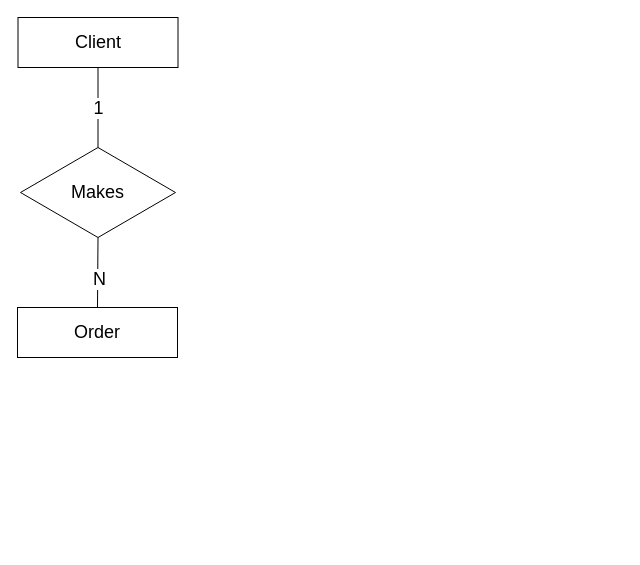
Erw1n-git/drawio_flowcharts keeps this draw.io diagram as DMS_Lab_1/lab_1_1.drawio. Above is the earlier version. Source tidied: cells renumbered, new cells numbered last; positions are measured from the earlier drawing's top-left corner, leaving out a move shared by most shapes. Both pictures are drawn from the tidied source at 100%, with x=0, y=0 at pixel (17, 17).
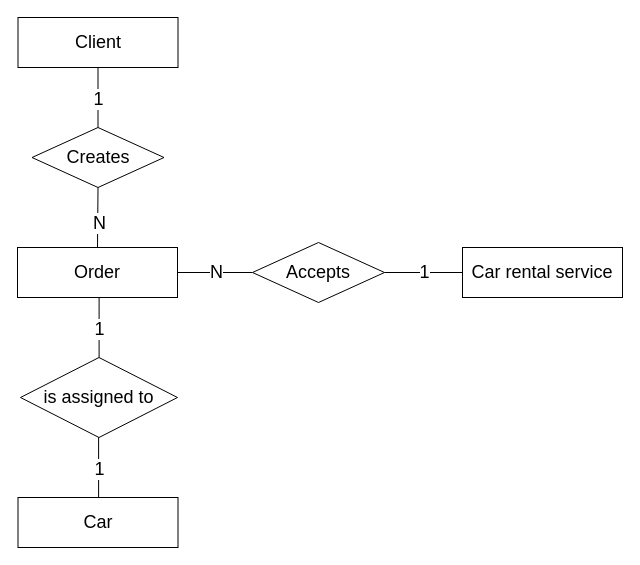
Above is the later version.

Change to the diagram source:
```diff
@@
-    <mxCell id="3" value="&lt;font style=&quot;font-size: 18px;&quot;&gt;Makes&lt;/font&gt;" style="rhombus;whiteSpace=wrap;html=1;" parent="1" vertex="1">
-      <mxGeometry x="3" y="130" width="155" height="90" as="geometry" />
+    <mxCell id="3" value="&lt;font style=&quot;font-size: 18px;&quot;&gt;Creates&lt;/font&gt;" style="rhombus;whiteSpace=wrap;html=1;" parent="1" vertex="1">
+      <mxGeometry x="14.5" y="110" width="132" height="60" as="geometry" />
     </mxCell>
     <mxCell id="4" value="&lt;div style=&quot;font-size: 18px;&quot;&gt;Order&lt;/div&gt;" style="rounded=0;whiteSpace=wrap;html=1;" parent="1" vertex="1">
-      <mxGeometry y="290" width="160" height="50" as="geometry" />
+      <mxGeometry y="230" width="160" height="50" as="geometry" />
     </mxCell>
@@
+    <mxCell id="9" style="edgeStyle=orthogonalEdgeStyle;rounded=0;jettySize=auto;html=1;entryX=1;entryY=0.5;entryDx=0;entryDy=0;endArrow=none;endFill=0;" parent="1" edge="1" source="11" target="20">
+      <mxGeometry relative="1" as="geometry" />
+    </mxCell>
+    <mxCell id="10" value="&lt;font style=&quot;font-size: 18px;&quot;&gt;1&lt;/font&gt;" style="edgeLabel;html=1;align=center;verticalAlign=middle;" parent="9" vertex="1">
+      <mxGeometry x="0.01" y="-1" relative="1" as="geometry" />
+    </mxCell>
+    <mxCell id="11" value="&lt;font style=&quot;font-size: 18px;&quot;&gt;Car rental service&lt;/font&gt;" style="rounded=0;whiteSpace=wrap;html=1;" parent="1" vertex="1">
+      <mxGeometry x="445" y="230" width="160" height="50" as="geometry" />
+    </mxCell>
+    <mxCell id="12" value="&lt;div&gt;&lt;font style=&quot;font-size: 18px;&quot;&gt;is assigned to&lt;/font&gt;&lt;/div&gt;" style="rhombus;whiteSpace=wrap;html=1;" parent="1" vertex="1">
+      <mxGeometry x="3" y="340" width="157" height="80" as="geometry" />
+    </mxCell>
+    <mxCell id="13" value="&lt;font style=&quot;font-size: 18px;&quot;&gt;Car&lt;/font&gt;" style="rounded=0;whiteSpace=wrap;html=1;" parent="1" vertex="1">
+      <mxGeometry x="0.5" y="480" width="160" height="50" as="geometry" />
+    </mxCell>
+    <mxCell id="14" style="endArrow=none;html=1;rounded=0;entryX=0.5;entryY=1;entryDx=0;entryDy=0;" parent="1" edge="1">
+      <mxGeometry relative="1" as="geometry">
+        <mxPoint x="81.6" y="340" as="sourcePoint" />
+        <mxPoint x="81.6" y="280" as="targetPoint" />
+      </mxGeometry>
+    </mxCell>
+    <mxCell id="15" value="&lt;font style=&quot;font-size: 18px;&quot;&gt;1&lt;/font&gt;" style="edgeLabel;html=1;align=center;verticalAlign=middle;" parent="14" vertex="1">
+      <mxGeometry x="0.15" y="1" relative="1" as="geometry">
+        <mxPoint x="1" y="6" as="offset" />
+      </mxGeometry>
+    </mxCell>
+    <mxCell id="16" style="endArrow=none;html=1;rounded=0;entryX=0.5;entryY=1;entryDx=0;entryDy=0;" parent="1" edge="1">
+      <mxGeometry relative="1" as="geometry">
+        <mxPoint x="81.1" y="480" as="sourcePoint" />
+        <mxPoint x="81.1" y="420" as="targetPoint" />
+      </mxGeometry>
+    </mxCell>
+    <mxCell id="17" value="&lt;font style=&quot;font-size: 18px;&quot;&gt;1&lt;/font&gt;" style="edgeLabel;html=1;align=center;verticalAlign=middle;" parent="16" vertex="1">
+      <mxGeometry x="0.15" y="1" relative="1" as="geometry">
+        <mxPoint x="1" y="6" as="offset" />
+      </mxGeometry>
+    </mxCell>
+    <mxCell id="18" style="edgeStyle=orthogonalEdgeStyle;rounded=0;jettySize=auto;html=1;entryX=1;entryY=0.5;entryDx=0;entryDy=0;endArrow=none;endFill=0;" parent="1" edge="1" source="20" target="4">
+      <mxGeometry relative="1" as="geometry" />
+    </mxCell>
+    <mxCell id="19" value="&lt;font style=&quot;font-size: 18px;&quot;&gt;N&lt;/font&gt;" style="edgeLabel;html=1;align=center;verticalAlign=middle;" parent="18" vertex="1">
+      <mxGeometry x="-0.02" y="-1" relative="1" as="geometry" />
+    </mxCell>
+    <mxCell id="20" value="&lt;font style=&quot;font-size: 18px;&quot;&gt;Accepts&lt;/font&gt;" style="rhombus;whiteSpace=wrap;html=1;" parent="1" vertex="1">
+      <mxGeometry x="235" y="225" width="132" height="60" as="geometry" />
+    </mxCell>
```
